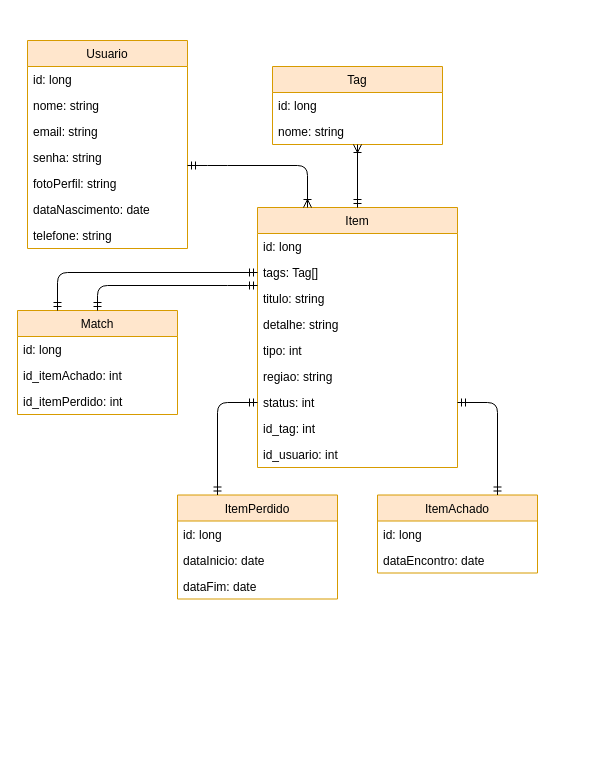
Before: docs/DER.drawio in lucasgmagalhaes/Achei, a draw.io diagram. Source tidied: cells renumbered, new cells numbered last; positions are measured from the earlier drawing's top-left corner, leaving out a move shared by most shapes. Both pictures are drawn from the tidied source at 100%, with x=0, y=0 at pixel (17, 40).
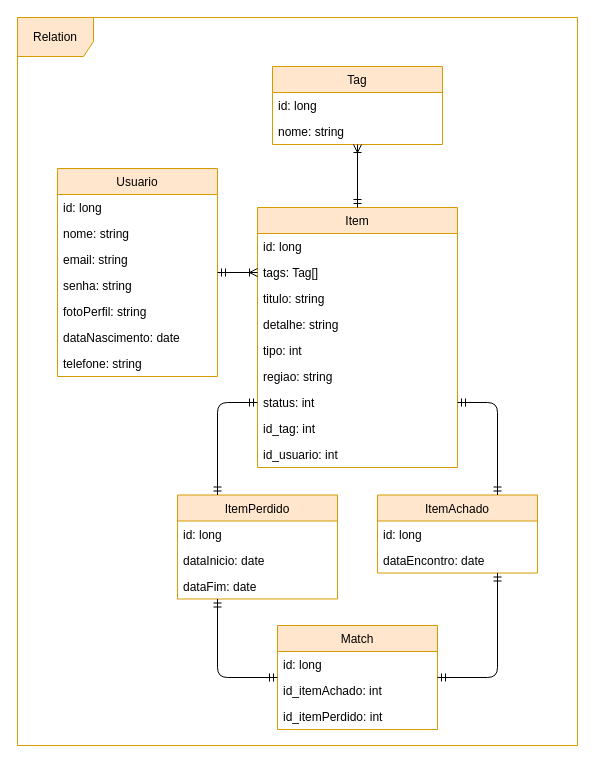
The same page after the edit.

The change refers to these unchanged cells:
```xml
<mxCell id="2" value="Item" style="swimlane;fontStyle=0;horizontal=1;startSize=26;fillColor=#ffe6cc;strokeColor=#d79b00;" parent="1" vertex="1">
  <mxGeometry x="240" y="167" width="200" height="260" as="geometry" />
</mxCell>
<mxCell id="15" value="ItemPerdido" style="swimlane;fontStyle=0;horizontal=1;startSize=26;fillColor=#ffe6cc;strokeColor=#d79b00;" parent="1" vertex="1">
  <mxGeometry x="160" y="454.5" width="160" height="104" as="geometry" />
</mxCell>
<mxCell id="19" value="ItemAchado" style="swimlane;fontStyle=0;horizontal=1;startSize=26;fillColor=#ffe6cc;strokeColor=#d79b00;" parent="1" vertex="1">
  <mxGeometry x="360" y="454.5" width="160" height="78" as="geometry" />
</mxCell>
```

Diff of the diagram source:
```diff
@@
     <mxCell id="22" value="Usuario" style="swimlane;fontStyle=0;horizontal=1;startSize=26;fillColor=#ffe6cc;strokeColor=#d79b00;" parent="1" vertex="1">
-      <mxGeometry x="10" width="160" height="208" as="geometry" />
+      <mxGeometry x="40" y="128" width="160" height="208" as="geometry" />
     </mxCell>
@@
-    <mxCell id="32" style="fontSize=12;html=1;endArrow=ERoneToMany;startArrow=ERmandOne;entryX=0.25;entryY=0;entryDx=0;entryDy=0;" parent="1" edge="1" target="2">
+    <mxCell id="32" style="fontSize=12;html=1;endArrow=ERoneToMany;startArrow=ERmandOne;entryX=0;entryY=0.25;entryDx=0;entryDy=0;" parent="1" edge="1" source="22" target="2">
       <mxGeometry relative="1" as="geometry">
-        <mxPoint x="170" y="125" as="sourcePoint" />
         <Array as="points">
-          <mxPoint x="200" y="125" />
-          <mxPoint x="290" y="125" />
+          <mxPoint x="200" y="232" />
         </Array>
       </mxGeometry>
     </mxCell>
@@
     <mxCell id="34" value="Match" style="swimlane;fontStyle=0;horizontal=1;startSize=26;fillColor=#ffe6cc;strokeColor=#d79b00;" parent="1" vertex="1">
-      <mxGeometry y="270" width="160" height="104" as="geometry" />
+      <mxGeometry x="260" y="585" width="160" height="104" as="geometry" />
     </mxCell>
@@
-    <mxCell id="38" style="fontSize=12;html=1;endArrow=ERmandOne;startArrow=ERmandOne;" parent="1" edge="1" source="34">
+    <mxCell id="38" style="fontSize=12;html=1;endArrow=ERmandOne;startArrow=ERmandOne;entryX=0.75;entryY=1;entryDx=0;entryDy=0;" parent="1" edge="1" source="34" target="19">
       <mxGeometry relative="1" as="geometry">
-        <mxPoint x="240" y="245" as="targetPoint" />
         <Array as="points">
-          <mxPoint x="80" y="245" />
-          <mxPoint x="220" y="245" />
+          <mxPoint x="480" y="637" />
         </Array>
       </mxGeometry>
     </mxCell>
-    <mxCell id="39" style="fontSize=12;html=1;endArrow=ERmandOne;startArrow=ERmandOne;entryX=0;entryY=0.25;entryDx=0;entryDy=0;exitX=0.25;exitY=0;exitDx=0;exitDy=0;" parent="1" edge="1" source="34" target="2">
+    <mxCell id="39" style="fontSize=12;html=1;endArrow=ERmandOne;startArrow=ERmandOne;entryX=0.25;entryY=1;entryDx=0;entryDy=0;" parent="1" edge="1" source="34" target="15">
       <mxGeometry relative="1" as="geometry">
         <Array as="points">
-          <mxPoint x="40" y="232" />
+          <mxPoint x="200" y="637" />
         </Array>
       </mxGeometry>
     </mxCell>
+    <mxCell id="40" value="Relation" style="shape=umlFrame;whiteSpace=wrap;html=1;width=76;height=39;fillColor=#ffe6cc;strokeColor=#d79b00;swimlaneFillColor=none;" parent="1" vertex="1">
+      <mxGeometry y="-23" width="560" height="728" as="geometry" />
+    </mxCell>
```
